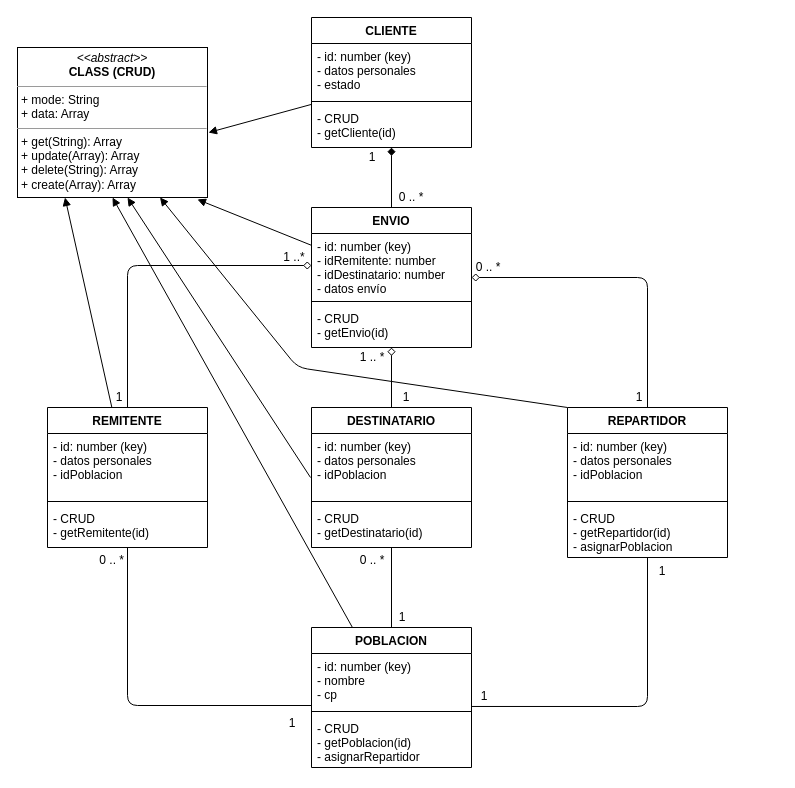
Before: docs/diagrama_clases.drawio in RubenPX/agencia-de-transportes, a draw.io diagram. Source tidied: cells renumbered, new cells numbered last; positions are measured from the earlier drawing's top-left corner, leaving out a move shared by most shapes. Both pictures are drawn from the tidied source at 100%, with x=0, y=0 at pixel (17, 17).
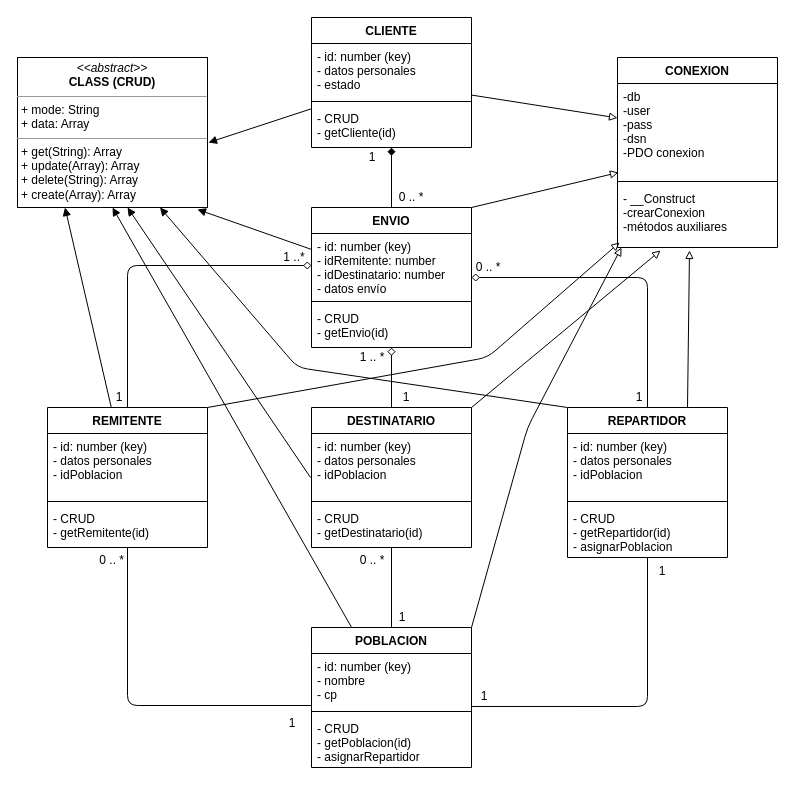
The same page after the edit.

Commit message:
clase conexion y herencia

The change refers to these unchanged cells:
```xml
<mxCell id="4" value="CLIENTE" style="swimlane;fontStyle=1;align=center;verticalAlign=top;horizontal=1;startSize=26;fillColor=none;" parent="1" vertex="1">
  <mxGeometry x="294" width="160" height="130" as="geometry" />
</mxCell>
<mxCell id="9" value="POBLACION" style="swimlane;fontStyle=1;align=center;verticalAlign=top;horizontal=1;startSize=26;" parent="1" vertex="1">
  <mxGeometry x="294" y="610" width="160" height="140" as="geometry" />
</mxCell>
<mxCell id="16" value="ENVIO" style="swimlane;fontStyle=1;align=center;verticalAlign=top;horizontal=1;startSize=26;" parent="1" vertex="1">
  <mxGeometry x="294" y="190" width="160" height="140" as="geometry" />
</mxCell>
<mxCell id="22" value="REPARTIDOR" style="swimlane;fontStyle=1;align=center;verticalAlign=top;horizontal=1;startSize=26;" parent="1" vertex="1">
  <mxGeometry x="550" y="390" width="160" height="150" as="geometry" />
</mxCell>
<mxCell id="28" value="REMITENTE" style="swimlane;fontStyle=1;align=center;verticalAlign=top;horizontal=1;startSize=26;" parent="1" vertex="1">
  <mxGeometry x="30" y="390" width="160" height="140" as="geometry" />
</mxCell>
<mxCell id="34" value="DESTINATARIO" style="swimlane;fontStyle=1;align=center;verticalAlign=top;horizontal=1;startSize=26;" parent="1" vertex="1">
  <mxGeometry x="294" y="390" width="160" height="140" as="geometry" />
</mxCell>
```

The edit, as a diff of the source:
```diff
@@
+    <mxCell id="54" style="edgeStyle=none;html=1;endArrow=block;endFill=0;" parent="1" edge="1" source="4" target="61">
+      <mxGeometry relative="1" as="geometry" />
+    </mxCell>
@@
+    <mxCell id="55" style="edgeStyle=none;html=1;exitX=1;exitY=0;exitDx=0;exitDy=0;entryX=0.025;entryY=1;entryDx=0;entryDy=0;entryPerimeter=0;endArrow=block;endFill=0;" parent="1" edge="1" source="9" target="63">
+      <mxGeometry relative="1" as="geometry">
+        <Array as="points">
+          <mxPoint x="510" y="410" />
+        </Array>
+      </mxGeometry>
+    </mxCell>
@@
+    <mxCell id="56" style="edgeStyle=none;html=1;exitX=1;exitY=0;exitDx=0;exitDy=0;entryX=0.006;entryY=0.947;entryDx=0;entryDy=0;entryPerimeter=0;endArrow=block;endFill=0;" parent="1" edge="1" source="16" target="61">
+      <mxGeometry relative="1" as="geometry" />
+    </mxCell>
@@
+    <mxCell id="57" style="edgeStyle=none;html=1;exitX=0.75;exitY=0;exitDx=0;exitDy=0;entryX=0.45;entryY=1.048;entryDx=0;entryDy=0;entryPerimeter=0;endArrow=block;endFill=0;" parent="1" edge="1" source="22" target="63">
+      <mxGeometry relative="1" as="geometry" />
+    </mxCell>
@@
+    <mxCell id="58" style="edgeStyle=none;html=1;exitX=1;exitY=0;exitDx=0;exitDy=0;entryX=0.013;entryY=0.919;entryDx=0;entryDy=0;entryPerimeter=0;endArrow=block;endFill=0;" parent="1" edge="1" source="28" target="63">
+      <mxGeometry relative="1" as="geometry">
+        <Array as="points">
+          <mxPoint x="470" y="340" />
+        </Array>
+      </mxGeometry>
+    </mxCell>
@@
+    <mxCell id="59" style="edgeStyle=none;html=1;exitX=1;exitY=0;exitDx=0;exitDy=0;entryX=0.269;entryY=1.048;entryDx=0;entryDy=0;entryPerimeter=0;endArrow=block;endFill=0;" parent="1" edge="1" source="34" target="63">
+      <mxGeometry relative="1" as="geometry" />
+    </mxCell>
@@
     <mxCell id="53" value="&lt;p style=&quot;margin: 0px ; margin-top: 4px ; text-align: center&quot;&gt;&lt;i&gt;&amp;lt;&amp;lt;abstract&amp;gt;&amp;gt;&lt;/i&gt;&lt;br&gt;&lt;b&gt;CLASS (CRUD)&lt;/b&gt;&lt;br&gt;&lt;/p&gt;&lt;hr size=&quot;1&quot;&gt;&lt;p style=&quot;margin: 0px ; margin-left: 4px&quot;&gt;+ mode: String&lt;br&gt;+ data: Array&lt;/p&gt;&lt;hr size=&quot;1&quot;&gt;&lt;p style=&quot;margin: 0px ; margin-left: 4px&quot;&gt;+ get(String): Array&lt;br&gt;+ update(Array): Array&lt;/p&gt;&lt;p style=&quot;margin: 0px ; margin-left: 4px&quot;&gt;+ delete(String): Array&lt;/p&gt;&lt;p style=&quot;margin: 0px ; margin-left: 4px&quot;&gt;+ create(Array): Array&lt;/p&gt;" style="verticalAlign=top;align=left;overflow=fill;fontSize=12;fontFamily=Helvetica;html=1;" parent="1" vertex="1">
-      <mxGeometry y="30" width="190" height="150" as="geometry" />
+      <mxGeometry y="40" width="190" height="150" as="geometry" />
     </mxCell>
+    <mxCell id="60" value="CONEXION" style="swimlane;fontStyle=1;align=center;verticalAlign=top;horizontal=1;startSize=26;fillColor=none;" parent="1" vertex="1">
+      <mxGeometry x="600" y="40" width="160" height="190" as="geometry" />
+    </mxCell>
+    <mxCell id="61" value="-db&#10;-user&#10;-pass&#10;-dsn&#10;-PDO conexion&#10;" style="text;strokeColor=none;fillColor=none;align=left;verticalAlign=top;spacingLeft=4;spacingRight=4;overflow=hidden;points=[[0,0.5],[1,0.5]];portConstraint=eastwest;" parent="60" vertex="1">
+      <mxGeometry y="26" width="160" height="94" as="geometry" />
+    </mxCell>
+    <mxCell id="62" style="line;strokeWidth=1;fillColor=none;align=left;verticalAlign=middle;spacingTop=-1;spacingLeft=3;spacingRight=3;labelPosition=right;" parent="60" vertex="1">
+      <mxGeometry y="120" width="160" height="8" as="geometry" />
+    </mxCell>
+    <mxCell id="63" value="- __Construct&#10;-crearConexion&#10;-métodos auxiliares" style="text;strokeColor=none;fillColor=none;align=left;verticalAlign=top;spacingLeft=4;spacingRight=4;overflow=hidden;points=[[0,0.5],[1,0.5]];portConstraint=eastwest;" parent="60" vertex="1">
+      <mxGeometry y="128" width="160" height="62" as="geometry" />
+    </mxCell>
```
